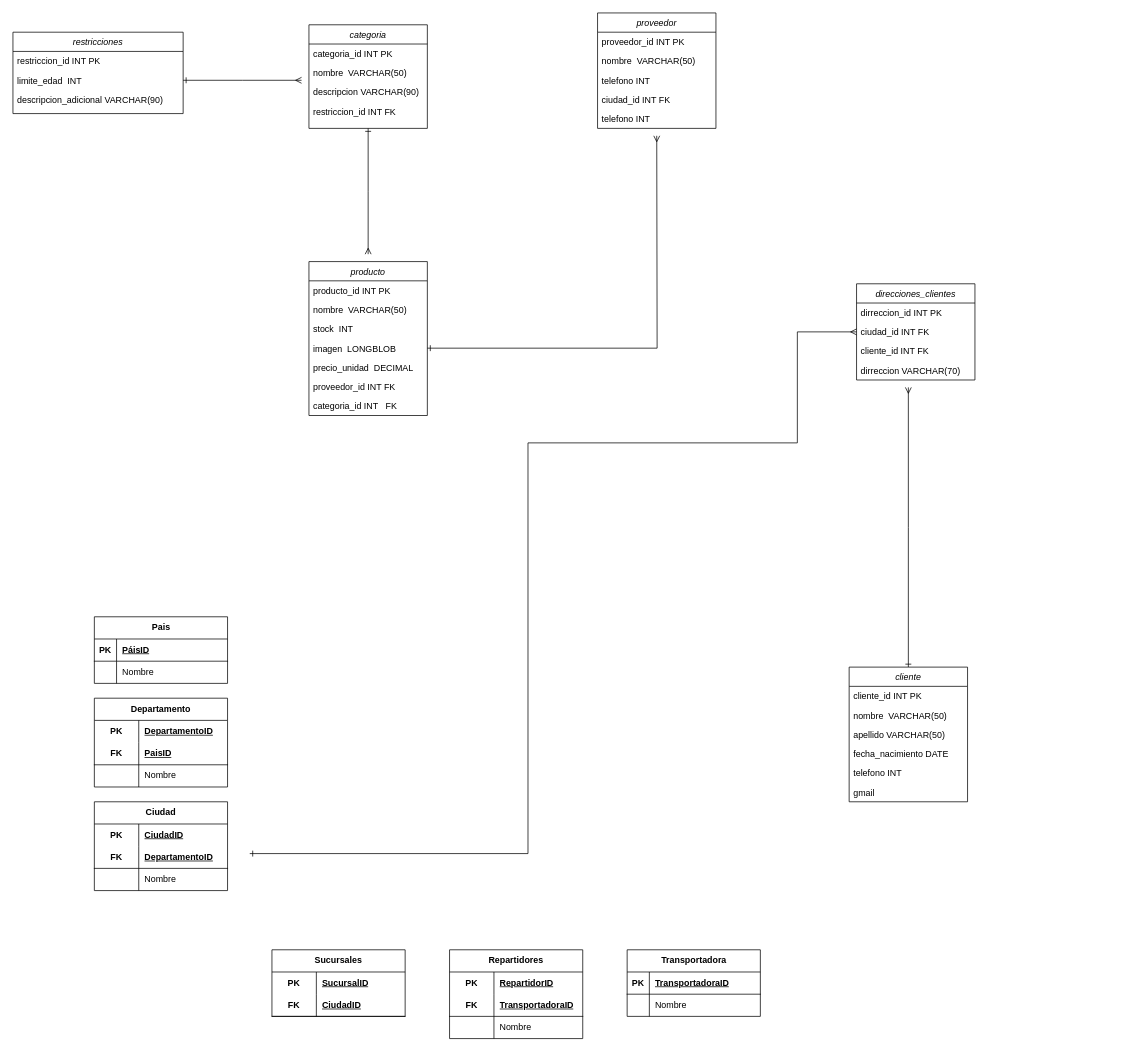
The draw.io diagram DiagramaRelacional(proyecto final).drawio in Angel-ISO/Diagramas, before the edit. Source tidied: cells renumbered, new cells numbered last; positions are measured from the earlier drawing's top-left corner, leaving out a move shared by most shapes. Both pictures are drawn from the tidied source at 74%, with x=0, y=0 at pixel (13, 13).
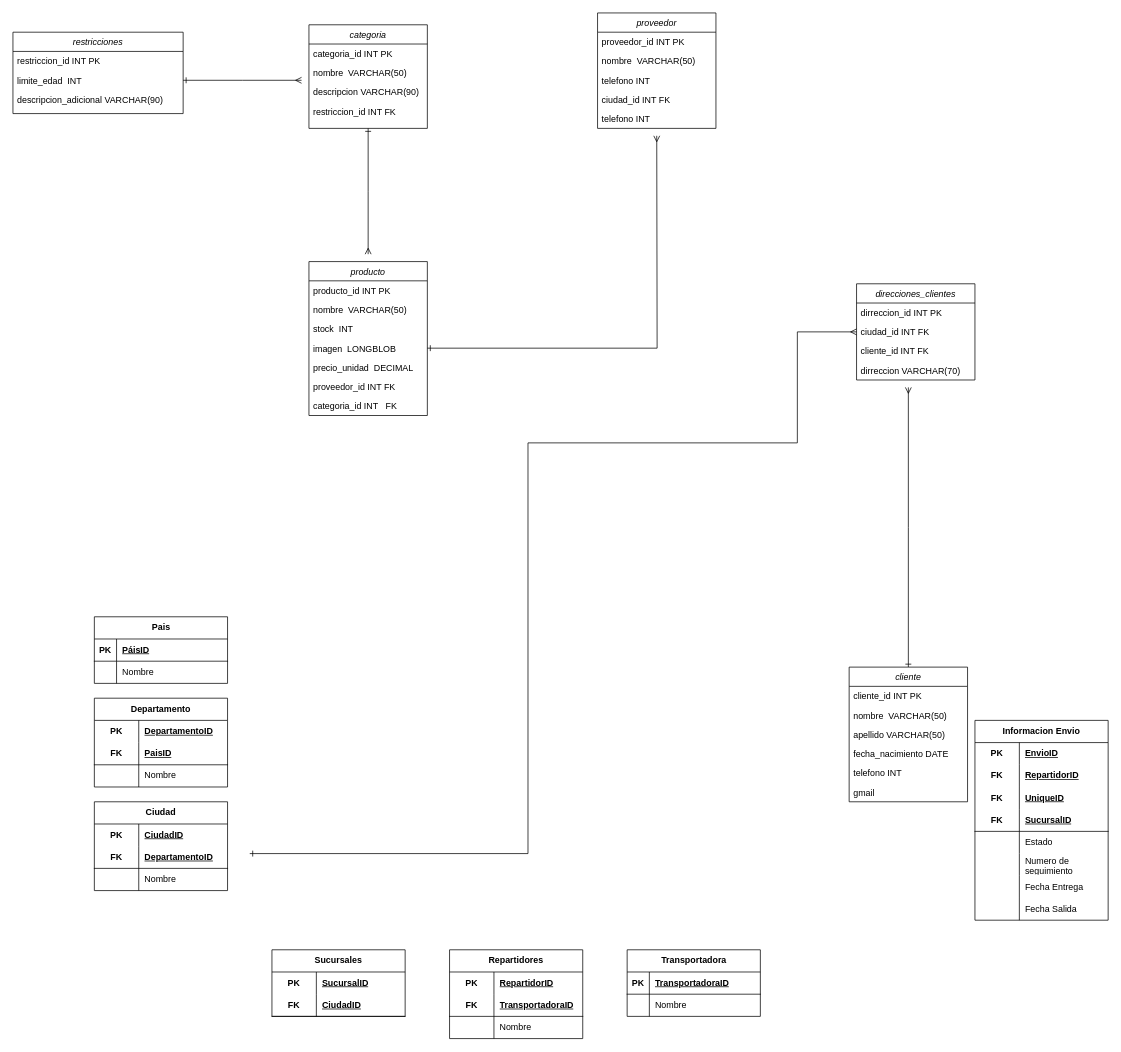
The same diagram, later.

Change to the diagram source:
```diff
@@
+    <mxCell id="93" value="Informacion Envio" style="shape=table;startSize=30;childLayout=tableLayout;rowLines=0;fontStyle=1;align=center;html=1;whiteSpace=wrap;" parent="1" vertex="1">
+      <mxGeometry x="1300" y="956" width="180" height="270" as="geometry" />
+    </mxCell>
+    <mxCell id="94" style="shape=tableRow;horizontal=0;startSize=0;swimlaneHead=0;swimlaneBody=0;fillColor=none;top=0;left=0;right=0;bottom=0;html=1;" parent="93" vertex="1">
+      <mxGeometry y="30" width="180" height="30" as="geometry" />
+    </mxCell>
+    <mxCell id="95" value="PK" style="shape=partialRectangle;fillColor=none;top=0;left=0;bottom=0;right=0;fontStyle=1;overflow=hidden;html=1;whiteSpace=wrap;" parent="94" vertex="1">
+      <mxGeometry width="60" height="30" as="geometry" />
+    </mxCell>
+    <mxCell id="96" value="EnvioID" style="shape=partialRectangle;fillColor=none;top=0;left=0;bottom=0;right=0;align=left;spacingLeft=6;fontStyle=5;overflow=hidden;html=1;whiteSpace=wrap;" parent="94" vertex="1">
+      <mxGeometry x="60" width="120" height="30" as="geometry" />
+    </mxCell>
+    <mxCell id="97" style="shape=tableRow;horizontal=0;startSize=0;swimlaneHead=0;swimlaneBody=0;fillColor=none;top=0;left=0;right=0;bottom=0;" parent="93" vertex="1">
+      <mxGeometry y="60" width="180" height="30" as="geometry" />
+    </mxCell>
+    <mxCell id="98" value="&lt;b&gt;FK&lt;/b&gt;" style="shape=partialRectangle;fillColor=none;top=0;left=0;bottom=0;right=0;fontStyle=0;overflow=hidden;whiteSpace=wrap;html=1;" parent="97" vertex="1">
+      <mxGeometry width="60" height="30" as="geometry" />
+    </mxCell>
+    <mxCell id="99" value="&lt;u&gt;&lt;b&gt;RepartidorID&lt;/b&gt;&lt;/u&gt;" style="shape=partialRectangle;fillColor=none;top=0;left=0;bottom=0;right=0;align=left;spacingLeft=6;fontStyle=0;overflow=hidden;whiteSpace=wrap;html=1;" parent="97" vertex="1">
+      <mxGeometry x="60" width="120" height="30" as="geometry" />
+    </mxCell>
+    <mxCell id="100" style="shape=tableRow;horizontal=0;startSize=0;swimlaneHead=0;swimlaneBody=0;fillColor=none;top=0;left=0;right=0;bottom=0;" parent="93" vertex="1">
+      <mxGeometry y="90" width="180" height="30" as="geometry" />
+    </mxCell>
+    <mxCell id="101" value="&lt;b&gt;FK&lt;/b&gt;" style="shape=partialRectangle;fillColor=none;top=0;left=0;bottom=0;right=0;fontStyle=0;overflow=hidden;whiteSpace=wrap;html=1;" parent="100" vertex="1">
+      <mxGeometry width="60" height="30" as="geometry" />
+    </mxCell>
+    <mxCell id="102" value="&lt;b&gt;&lt;u&gt;UniqueID&lt;/u&gt;&lt;/b&gt;" style="shape=partialRectangle;fillColor=none;top=0;left=0;bottom=0;right=0;align=left;spacingLeft=6;fontStyle=0;overflow=hidden;whiteSpace=wrap;html=1;" parent="100" vertex="1">
+      <mxGeometry x="60" width="120" height="30" as="geometry" />
+    </mxCell>
+    <mxCell id="103" style="shape=tableRow;horizontal=0;startSize=0;swimlaneHead=0;swimlaneBody=0;fillColor=none;top=0;left=0;right=0;bottom=1;html=1;" parent="93" vertex="1">
+      <mxGeometry y="120" width="180" height="30" as="geometry" />
+    </mxCell>
+    <mxCell id="104" value="FK" style="shape=partialRectangle;fillColor=none;top=0;left=0;bottom=0;right=0;fontStyle=1;overflow=hidden;html=1;whiteSpace=wrap;" parent="103" vertex="1">
+      <mxGeometry width="60" height="30" as="geometry" />
+    </mxCell>
+    <mxCell id="105" value="SucursalID" style="shape=partialRectangle;fillColor=none;top=0;left=0;bottom=0;right=0;align=left;spacingLeft=6;fontStyle=5;overflow=hidden;html=1;whiteSpace=wrap;" parent="103" vertex="1">
+      <mxGeometry x="60" width="120" height="30" as="geometry" />
+    </mxCell>
+    <mxCell id="106" style="shape=tableRow;horizontal=0;startSize=0;swimlaneHead=0;swimlaneBody=0;fillColor=none;top=0;left=0;right=0;bottom=0;html=1;" parent="93" vertex="1">
+      <mxGeometry y="150" width="180" height="30" as="geometry" />
+    </mxCell>
+    <mxCell id="107" style="shape=partialRectangle;fillColor=none;top=0;left=0;bottom=0;right=0;overflow=hidden;html=1;whiteSpace=wrap;" parent="106" vertex="1">
+      <mxGeometry width="60" height="30" as="geometry" />
+    </mxCell>
+    <mxCell id="108" value="Estado" style="shape=partialRectangle;fillColor=none;top=0;left=0;bottom=0;right=0;align=left;spacingLeft=6;overflow=hidden;html=1;whiteSpace=wrap;" parent="106" vertex="1">
+      <mxGeometry x="60" width="120" height="30" as="geometry" />
+    </mxCell>
+    <mxCell id="109" style="shape=tableRow;horizontal=0;startSize=0;swimlaneHead=0;swimlaneBody=0;fillColor=none;top=0;left=0;right=0;bottom=0;html=1;" parent="93" vertex="1">
+      <mxGeometry y="180" width="180" height="30" as="geometry" />
+    </mxCell>
+    <mxCell id="110" style="shape=partialRectangle;fillColor=none;top=0;left=0;bottom=0;right=0;overflow=hidden;html=1;whiteSpace=wrap;" parent="109" vertex="1">
+      <mxGeometry width="60" height="30" as="geometry" />
+    </mxCell>
+    <mxCell id="111" value="Numero de seguimiento" style="shape=partialRectangle;fillColor=none;top=0;left=0;bottom=0;right=0;align=left;spacingLeft=6;overflow=hidden;html=1;whiteSpace=wrap;" parent="109" vertex="1">
+      <mxGeometry x="60" width="120" height="30" as="geometry" />
+    </mxCell>
+    <mxCell id="112" style="shape=tableRow;horizontal=0;startSize=0;swimlaneHead=0;swimlaneBody=0;fillColor=none;top=0;left=0;right=0;bottom=0;" parent="93" vertex="1">
+      <mxGeometry y="210" width="180" height="30" as="geometry" />
+    </mxCell>
+    <mxCell id="113" style="shape=partialRectangle;fillColor=none;top=0;left=0;bottom=0;right=0;overflow=hidden;" parent="112" vertex="1">
+      <mxGeometry width="60" height="30" as="geometry" />
+    </mxCell>
+    <mxCell id="114" value="Fecha Entrega" style="shape=partialRectangle;fillColor=none;top=0;left=0;bottom=0;right=0;align=left;spacingLeft=6;overflow=hidden;" parent="112" vertex="1">
+      <mxGeometry x="60" width="120" height="30" as="geometry" />
+    </mxCell>
+    <mxCell id="115" style="shape=tableRow;horizontal=0;startSize=0;swimlaneHead=0;swimlaneBody=0;fillColor=none;top=0;left=0;right=0;bottom=0;" parent="93" vertex="1">
+      <mxGeometry y="240" width="180" height="30" as="geometry" />
+    </mxCell>
+    <mxCell id="116" style="shape=partialRectangle;fillColor=none;top=0;left=0;bottom=0;right=0;overflow=hidden;" parent="115" vertex="1">
+      <mxGeometry width="60" height="30" as="geometry" />
+    </mxCell>
+    <mxCell id="117" value="Fecha Salida" style="shape=partialRectangle;fillColor=none;top=0;left=0;bottom=0;right=0;align=left;spacingLeft=6;overflow=hidden;" parent="115" vertex="1">
+      <mxGeometry x="60" width="120" height="30" as="geometry" />
+    </mxCell>
```
